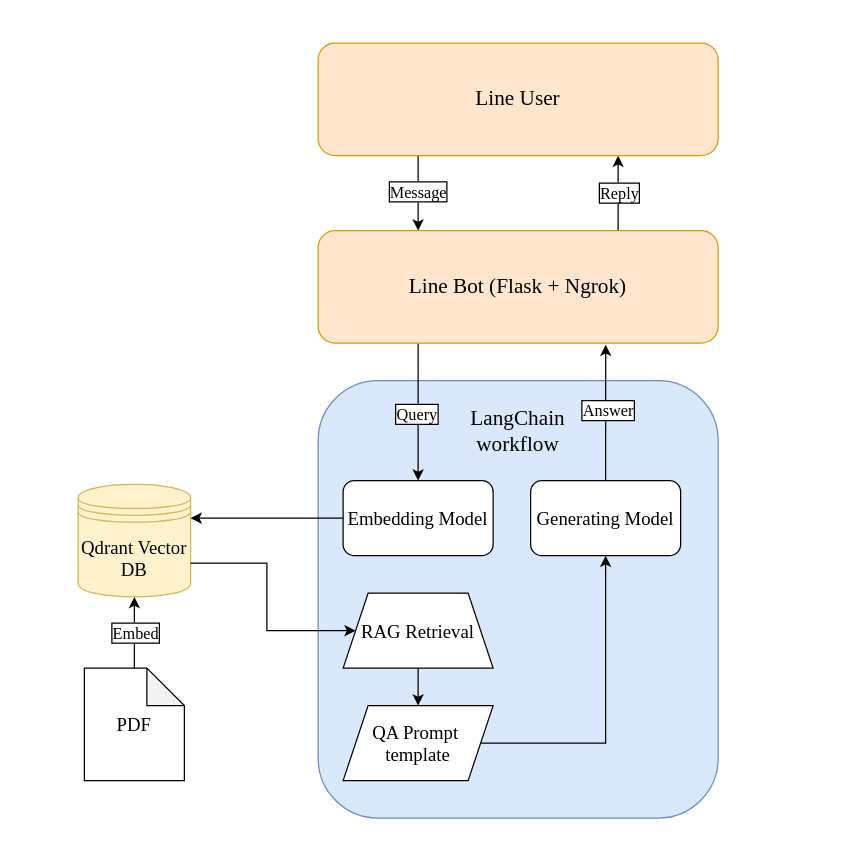
This is PDFchatbot.drawio from Tingchiachi/RAG-PDF-Bot, a draw.io file, before an edit. Source tidied: cells renumbered, new cells numbered last; positions are measured from the earlier drawing's top-left corner, leaving out a move shared by most shapes. Both pictures are drawn from the tidied source at 125%, with x=0, y=0 at pixel (78, 42).
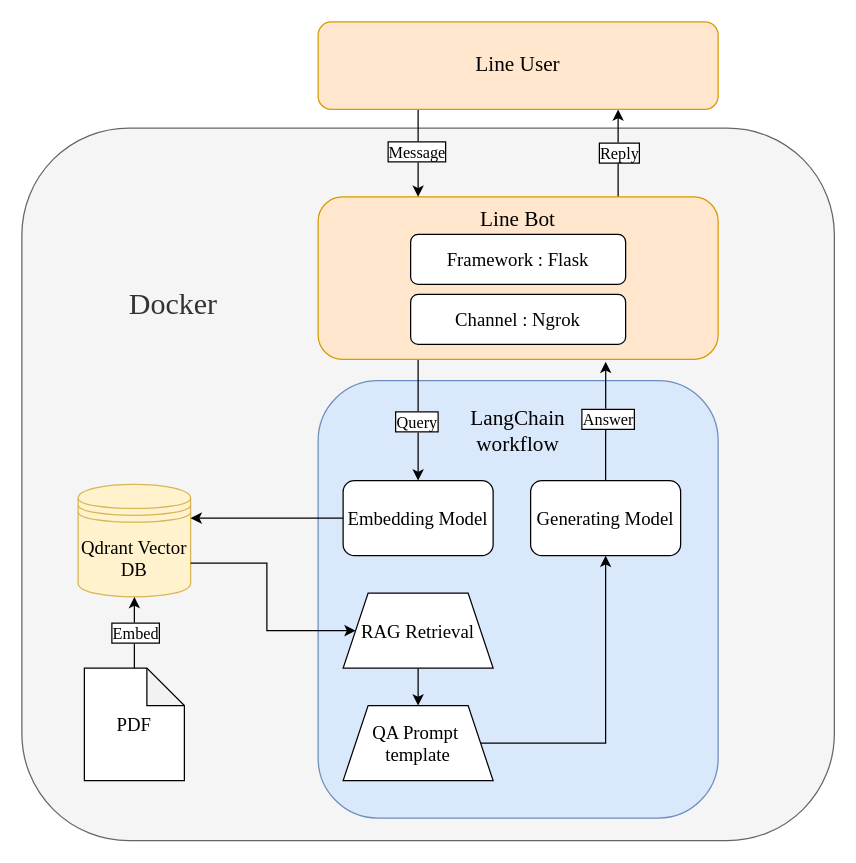
The same diagram, later.

Commit message (it also covers changes not shown here):
Update System Architecture

What changed in the source:
```diff
@@
+    <mxCell id="25" value="&lt;font face=&quot;Times New Roman&quot; style=&quot;font-size: 24px;&quot;&gt;&amp;nbsp; &amp;nbsp; &amp;nbsp; &amp;nbsp; &amp;nbsp; &amp;nbsp; &amp;nbsp; Docker&lt;/font&gt;&lt;div&gt;&lt;font face=&quot;Times New Roman&quot; style=&quot;font-size: 24px;&quot;&gt;&lt;br&gt;&lt;/font&gt;&lt;/div&gt;&lt;div&gt;&lt;font face=&quot;Times New Roman&quot; style=&quot;font-size: 24px;&quot;&gt;&lt;br&gt;&lt;/font&gt;&lt;/div&gt;&lt;div&gt;&lt;font face=&quot;Times New Roman&quot; style=&quot;font-size: 24px;&quot;&gt;&lt;br&gt;&lt;/font&gt;&lt;/div&gt;&lt;div&gt;&lt;font face=&quot;Times New Roman&quot; style=&quot;font-size: 24px;&quot;&gt;&lt;br&gt;&lt;/font&gt;&lt;/div&gt;&lt;div&gt;&lt;font face=&quot;Times New Roman&quot; style=&quot;font-size: 24px;&quot;&gt;&lt;br&gt;&lt;/font&gt;&lt;/div&gt;&lt;div&gt;&lt;font face=&quot;Times New Roman&quot; style=&quot;font-size: 24px;&quot;&gt;&lt;br&gt;&lt;/font&gt;&lt;/div&gt;&lt;div&gt;&lt;font face=&quot;Times New Roman&quot; style=&quot;font-size: 24px;&quot;&gt;&lt;br&gt;&lt;/font&gt;&lt;/div&gt;&lt;div&gt;&lt;font face=&quot;Times New Roman&quot; style=&quot;font-size: 24px;&quot;&gt;&lt;br&gt;&lt;/font&gt;&lt;/div&gt;&lt;div&gt;&lt;font face=&quot;Times New Roman&quot; style=&quot;font-size: 24px;&quot;&gt;&lt;br&gt;&lt;/font&gt;&lt;/div&gt;&lt;div&gt;&lt;font face=&quot;Times New Roman&quot; style=&quot;font-size: 24px;&quot;&gt;&lt;br&gt;&lt;/font&gt;&lt;/div&gt;" style="rounded=1;whiteSpace=wrap;html=1;fillColor=#f5f5f5;fontColor=#333333;strokeColor=#666666;align=left;" parent="1" vertex="1">
+      <mxGeometry x="-45" y="68" width="650" height="570" as="geometry" />
+    </mxCell>
@@
-    <mxCell id="12" value="&lt;font face=&quot;Times New Roman&quot; style=&quot;font-size: 15px;&quot;&gt;QA Prompt&amp;nbsp;&lt;/font&gt;&lt;div&gt;&lt;font face=&quot;Times New Roman&quot; style=&quot;font-size: 15px;&quot;&gt;template&lt;/font&gt;&lt;/div&gt;" style="shape=parallelogram;perimeter=parallelogramPerimeter;whiteSpace=wrap;html=1;fixedSize=1;" parent="1" vertex="1">
+    <mxCell id="12" value="&lt;font face=&quot;Times New Roman&quot; style=&quot;font-size: 15px;&quot;&gt;QA Prompt&amp;nbsp;&lt;/font&gt;&lt;div&gt;&lt;font face=&quot;Times New Roman&quot; style=&quot;font-size: 15px;&quot;&gt;template&lt;/font&gt;&lt;/div&gt;" style="shape=trapezoid;perimeter=trapezoidPerimeter;whiteSpace=wrap;html=1;fixedSize=1;" parent="1" vertex="1">
       <mxGeometry x="212" y="530" width="120" height="60" as="geometry" />
     </mxCell>
@@
-    <mxCell id="18" value="&lt;font face=&quot;Times New Roman&quot; style=&quot;font-size: 17px;&quot;&gt;Line Bot (Flask + Ngrok)&lt;/font&gt;" style="rounded=1;whiteSpace=wrap;html=1;fillColor=#ffe6cc;strokeColor=#d79b00;" parent="1" vertex="1">
-      <mxGeometry x="192" y="150" width="320" height="90" as="geometry" />
+    <mxCell id="18" value="&lt;font face=&quot;Times New Roman&quot; style=&quot;font-size: 17px;&quot;&gt;Line Bot&lt;/font&gt;&lt;div&gt;&lt;font face=&quot;Times New Roman&quot; style=&quot;font-size: 17px;&quot;&gt;&lt;br&gt;&lt;/font&gt;&lt;/div&gt;&lt;div&gt;&lt;br&gt;&lt;/div&gt;&lt;div&gt;&lt;br&gt;&lt;/div&gt;&lt;div&gt;&lt;br&gt;&lt;/div&gt;&lt;div&gt;&lt;br&gt;&lt;/div&gt;&lt;div&gt;&lt;br&gt;&lt;/div&gt;" style="rounded=1;whiteSpace=wrap;html=1;fillColor=#ffe6cc;strokeColor=#d79b00;" parent="1" vertex="1">
+      <mxGeometry x="192" y="123" width="320" height="130" as="geometry" />
     </mxCell>
@@
     <mxCell id="23" value="&lt;font face=&quot;Times New Roman&quot; style=&quot;font-size: 17px;&quot;&gt;Line User&lt;/font&gt;" style="rounded=1;whiteSpace=wrap;html=1;fillColor=#ffe6cc;strokeColor=#d79b00;" parent="1" vertex="1">
-      <mxGeometry x="192" width="320" height="90" as="geometry" />
+      <mxGeometry x="192" y="-17" width="320" height="70" as="geometry" />
     </mxCell>
@@
+    <mxCell id="26" value="&lt;font face=&quot;Times New Roman&quot; style=&quot;font-size: 15px;&quot;&gt;Framework : Flask&lt;/font&gt;" style="rounded=1;whiteSpace=wrap;html=1;" parent="1" vertex="1">
+      <mxGeometry x="266" y="153" width="172" height="40" as="geometry" />
+    </mxCell>
+    <mxCell id="27" value="&lt;font face=&quot;Times New Roman&quot; style=&quot;font-size: 15px;&quot;&gt;Channel : Ngrok&lt;/font&gt;" style="rounded=1;whiteSpace=wrap;html=1;" parent="1" vertex="1">
+      <mxGeometry x="266" y="201" width="172" height="40" as="geometry" />
+    </mxCell>
```
